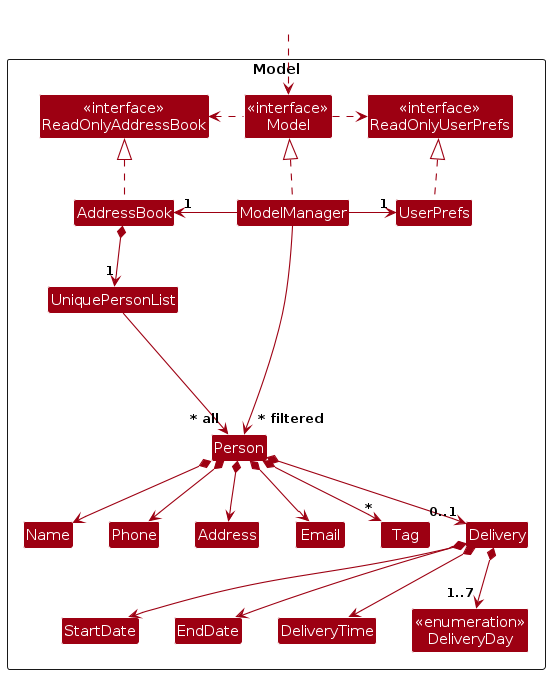
This is diagrams/ModelClassDiagram.png from AY2526S2-CS2103T-W14-2/tp, a PlantUML export, as it was before one commit. Its source is kept beside it as diagrams/ModelClassDiagram.puml. Its diagram source:
```plantuml
@startuml
!include style.puml
skinparam arrowThickness 1.1
skinparam arrowColor MODEL_COLOR
skinparam classBackgroundColor MODEL_COLOR

Package Model as ModelPackage <<Rectangle>>{
Class "<<interface>>\nReadOnlyAddressBook" as ReadOnlyAddressBook
Class "<<interface>>\nReadOnlyUserPrefs" as ReadOnlyUserPrefs
Class "<<interface>>\nModel" as Model
Class AddressBook
Class ModelManager
Class UserPrefs

Class UniquePersonList
Class Person
Class Address
Class Email
Class Name
Class Phone
Class Tag

Class Delivery
Class StartDate
Class EndDate
Class DeliveryTime
Class "<<enumeration>>\nDeliveryDay" as DeliveryDay

Class I #FFFFFF
}

Class HiddenOutside #FFFFFF
HiddenOutside ..> Model

AddressBook .up.|> ReadOnlyAddressBook

ModelManager .up.|> Model
Model .right.> ReadOnlyUserPrefs
Model .left.> ReadOnlyAddressBook
ModelManager -left-> "1" AddressBook
ModelManager -right-> "1" UserPrefs
UserPrefs .up.|> ReadOnlyUserPrefs

AddressBook *--> "1" UniquePersonList
UniquePersonList --> "~* all" Person
Person *--> Name
Person *--> Phone
Person *--> Email
Person *--> Address
Person *--> "*" Tag
Person *--> "0..1"Delivery

Delivery *--> StartDate
Delivery *--> EndDate
Delivery *--> DeliveryTime
Delivery *--> "1..7"DeliveryDay

Person -[hidden]up--> I
UniquePersonList -[hidden]right-> I

Name -[hidden]right-> Phone
Phone -[hidden]right-> Address
Address -[hidden]right-> Email

ModelManager --> "~* filtered" Person
@enduml
```
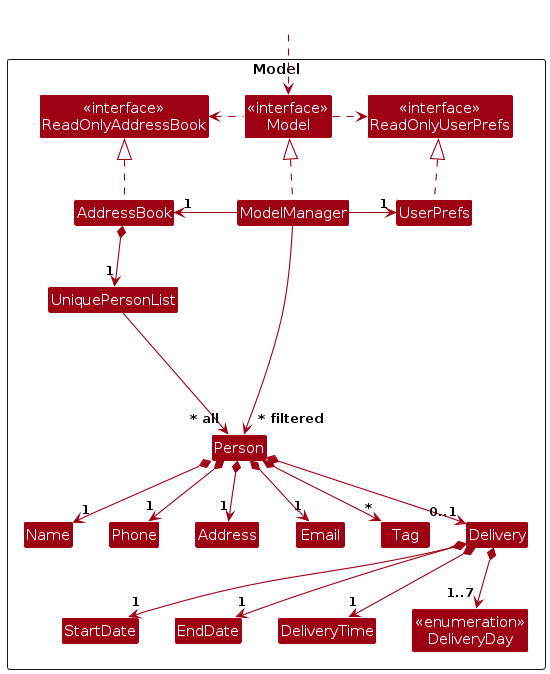
The same file after the commit.

Change to the diagram source:
```diff
@@ -43,16 +43,16 @@
 
 AddressBook *--> "1" UniquePersonList
 UniquePersonList --> "~* all" Person
-Person *--> Name
-Person *--> Phone
-Person *--> Email
-Person *--> Address
+Person *--> "1" Name
+Person *--> "1" Phone
+Person *--> "1" Email
+Person *--> "1" Address
 Person *--> "*" Tag
 Person *--> "0..1"Delivery
 
-Delivery *--> StartDate
-Delivery *--> EndDate
-Delivery *--> DeliveryTime
+Delivery *--> "1" StartDate
+Delivery *--> "1" EndDate
+Delivery *--> "1" DeliveryTime
 Delivery *--> "1..7"DeliveryDay
 
 Person -[hidden]up--> I
```
